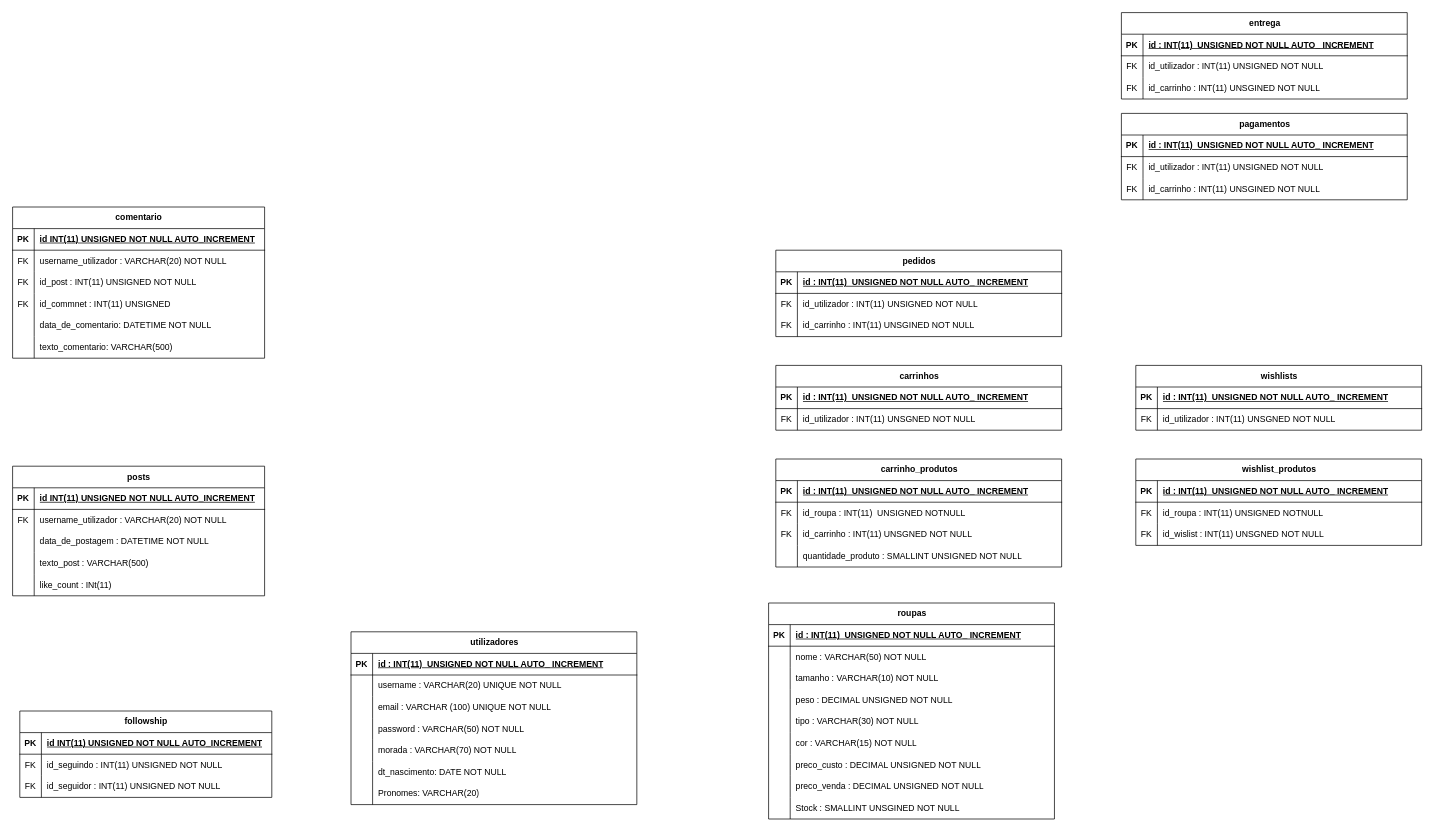
FabioVitok/PAP keeps this draw.io diagram as Modelo ER/imoral_modelo_er.dio. Above is the earlier version. Source tidied: cells renumbered, new cells numbered last; positions are measured from the earlier drawing's top-left corner, leaving out a move shared by most shapes. Both pictures are drawn from the tidied source at 72%, with x=0, y=0 at pixel (12, 12).
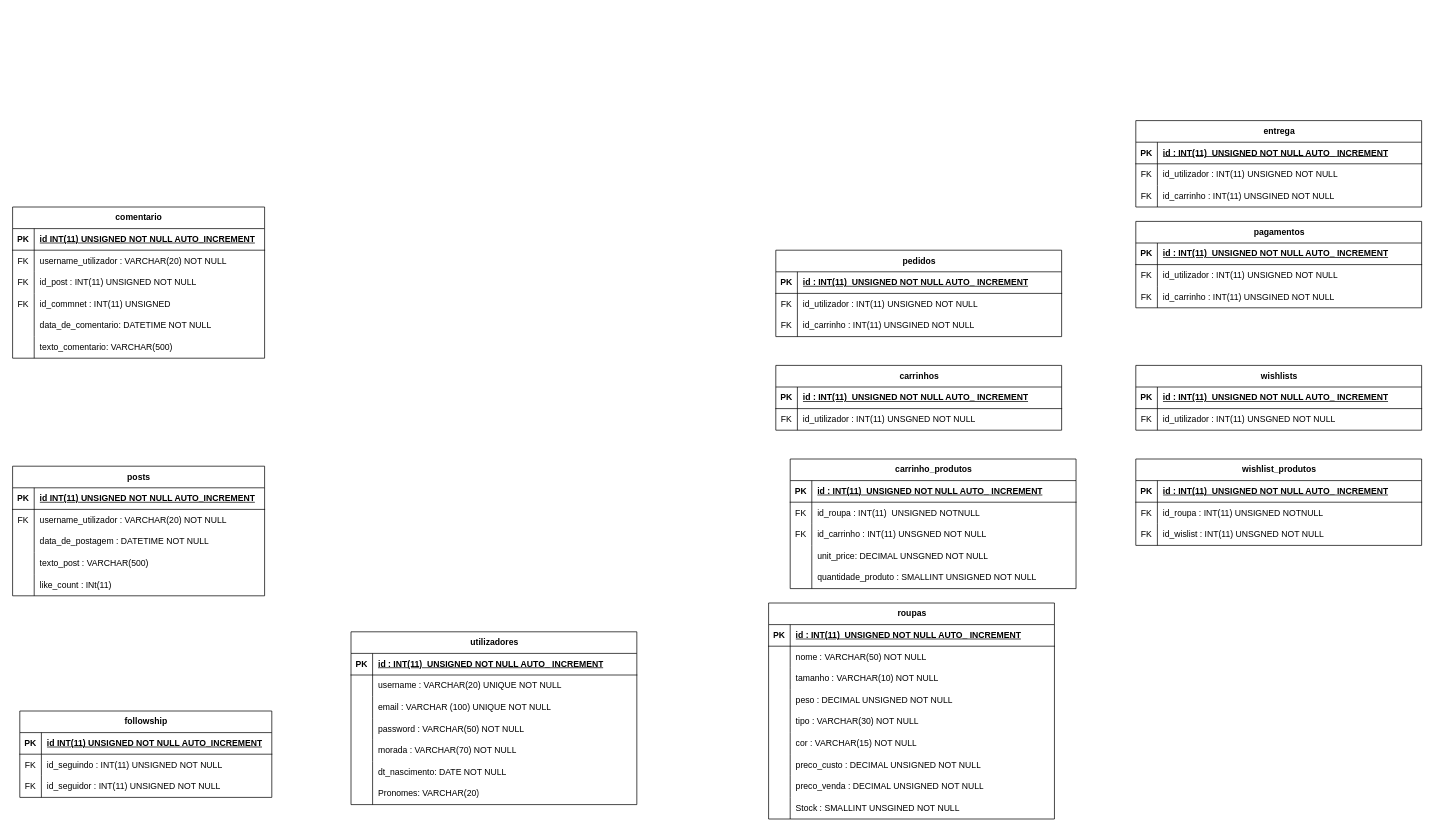
The same diagram, later.

Commit message:
Unit_price adicionado ao modelo ER na table carrinho_produtos

The edit, as a diff of the source:
```diff
@@
     <mxCell id="114" value="carrinho_produtos" style="shape=table;startSize=30;childLayout=tableLayout;rowLines=0;fontStyle=1;align=center;html=1;" parent="1" vertex="1">
-      <mxGeometry x="1060" y="620" width="397" height="150" as="geometry" />
+      <mxGeometry x="1080" y="620" width="397" height="180" as="geometry" />
     </mxCell>
@@
+    <mxCell id="164" style="shape=tableRow;horizontal=0;startSize=0;swimlaneHead=0;swimlaneBody=0;fillColor=none;top=0;left=0;right=0;bottom=0;" parent="114" vertex="1">
+      <mxGeometry y="120" width="397" height="30" as="geometry" />
+    </mxCell>
+    <mxCell id="165" style="shape=partialRectangle;fillColor=none;top=0;left=0;bottom=0;right=0;overflow=hidden;whiteSpace=wrap;html=1;" parent="164" vertex="1">
+      <mxGeometry width="30" height="30" as="geometry" />
+    </mxCell>
+    <mxCell id="166" value="unit_price: DECIMAL UNSGNED NOT NULL" style="shape=partialRectangle;fillColor=none;top=0;left=0;bottom=0;right=0;align=left;spacingLeft=6;overflow=hidden;whiteSpace=wrap;html=1;" parent="164" vertex="1">
+      <mxGeometry x="30" width="367" height="30" as="geometry" />
+    </mxCell>
     <mxCell id="124" style="shape=tableRow;horizontal=0;startSize=0;swimlaneHead=0;swimlaneBody=0;fillColor=none;top=0;left=0;right=0;bottom=0;" parent="114" vertex="1">
-      <mxGeometry y="120" width="397" height="30" as="geometry" />
+      <mxGeometry y="150" width="397" height="30" as="geometry" />
     </mxCell>
@@
     <mxCell id="127" value="pagamentos" style="shape=table;startSize=30;childLayout=tableLayout;rowLines=0;fontStyle=1;align=center;html=1;" parent="1" vertex="1">
-      <mxGeometry x="1540" y="140" width="397" height="120" as="geometry" />
+      <mxGeometry x="1560" y="290" width="397" height="120" as="geometry" />
     </mxCell>
@@
     <mxCell id="137" value="entrega" style="shape=table;startSize=30;childLayout=tableLayout;rowLines=0;fontStyle=1;align=center;html=1;" parent="1" vertex="1">
-      <mxGeometry x="1540" width="397" height="120" as="geometry" />
+      <mxGeometry x="1560" y="150" width="397" height="120" as="geometry" />
     </mxCell>
```
